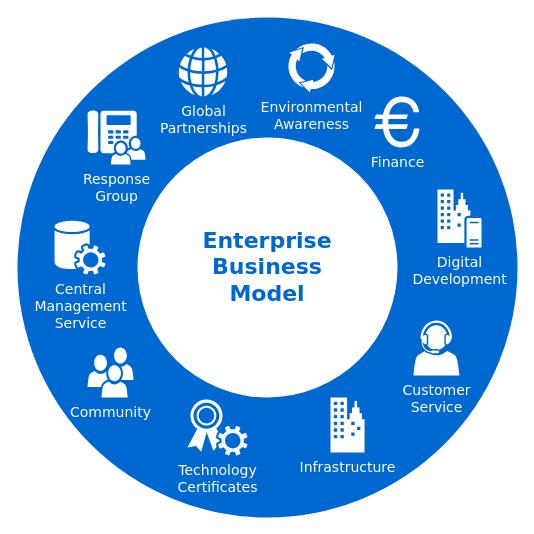
This is Untitled Diagram.drawio from teslagateway/teslanft, a draw.io file, before an edit. Source tidied: cells renumbered, new cells numbered last; positions are measured from the earlier drawing's top-left corner, leaving out a move shared by most shapes. Both pictures are drawn from the tidied source at 100%, with x=0, y=0 at pixel (17, 17). Pictures stored in the file or linked from it are replaced by grey dashed boxes.
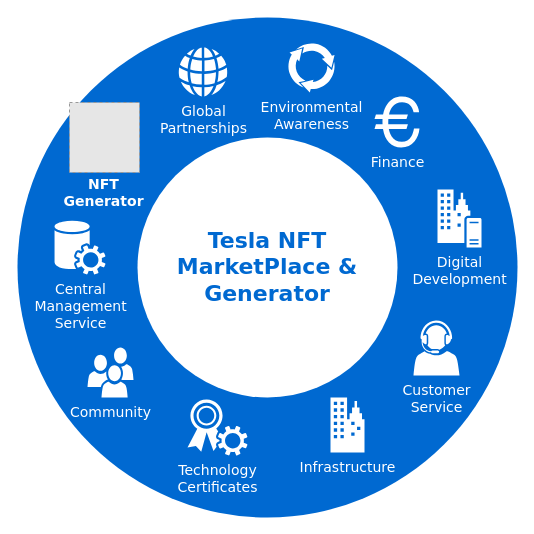
After the change.

What changed in the source:
```diff
@@
 <mxGraphModel>
   <root>
     <mxCell id="0" />
     <mxCell id="1" parent="0" />
     <mxCell id="2" style="ellipse;whiteSpace=wrap;html=1;rounded=0;shadow=0;comic=0;strokeWidth=1;fontFamily=Verdana;fontSize=14;strokeColor=none;fillColor=#0069D1;" parent="1" vertex="1">
       <mxGeometry width="500" height="500" as="geometry" />
     </mxCell>
-    <mxCell id="3" value="Enterprise&lt;div&gt;Business&lt;/div&gt;&lt;div&gt;Model&lt;/div&gt;" style="ellipse;whiteSpace=wrap;html=1;rounded=0;shadow=0;comic=0;strokeWidth=1;fontFamily=Verdana;fontSize=22;strokeColor=none;fillColor=#ffffff;fontColor=#0069D1;fontStyle=1;" parent="1" vertex="1">
+    <mxCell id="3" value="Tesla NFT MarketPlace &amp;amp; Generator" style="ellipse;whiteSpace=wrap;html=1;rounded=0;shadow=0;comic=0;strokeWidth=1;fontFamily=Verdana;fontSize=22;strokeColor=none;fillColor=#ffffff;fontColor=#0069D1;fontStyle=1;" parent="1" vertex="1">
       <mxGeometry x="120" y="120" width="260" height="260" as="geometry" />
     </mxCell>
     <mxCell id="4" value="Community" style="shadow=0;dashed=0;html=1;strokeColor=none;fillColor=#ffffff;labelPosition=center;verticalLabelPosition=bottom;verticalAlign=top;shape=mxgraph.office.users.users;rounded=0;comic=0;fontFamily=Verdana;fontSize=14;fontColor=#FFFFFF;" parent="1" vertex="1">
       <mxGeometry x="70" y="330" width="46" height="50" as="geometry" />
     </mxCell>
     <mxCell id="5" value="Customer&lt;div&gt;Service&lt;/div&gt;" style="shadow=0;dashed=0;html=1;strokeColor=none;fillColor=#ffffff;labelPosition=center;verticalLabelPosition=bottom;verticalAlign=top;shape=mxgraph.office.users.call_center_agent;rounded=0;comic=0;fontFamily=Verdana;fontSize=14;fontColor=#FFFFFF;" parent="1" vertex="1">
       <mxGeometry x="396" y="303" width="46" height="55" as="geometry" />
     </mxCell>
-    <mxCell id="6" value="Response&lt;div&gt;Group&lt;/div&gt;" style="shadow=0;dashed=0;html=1;strokeColor=none;fillColor=#ffffff;labelPosition=center;verticalLabelPosition=bottom;verticalAlign=top;shape=mxgraph.office.users.response_group;rounded=0;comic=0;fontFamily=Verdana;fontSize=14;fontColor=#FFFFFF;" parent="1" vertex="1">
-      <mxGeometry x="70" y="93" width="58" height="54" as="geometry" />
-    </mxCell>
     <mxCell id="7" value="Central&lt;div&gt;Management&lt;/div&gt;&lt;div&gt;Service&lt;/div&gt;" style="shadow=0;dashed=0;html=1;strokeColor=none;fillColor=#ffffff;labelPosition=center;verticalLabelPosition=bottom;verticalAlign=top;shape=mxgraph.office.services.central_management_service;rounded=0;comic=0;fontFamily=Verdana;fontSize=14;fontColor=#FFFFFF;" parent="1" vertex="1">
       <mxGeometry x="37" y="203" width="51" height="54" as="geometry" />
     </mxCell>
     <mxCell id="8" value="Digital&lt;div&gt;Development&lt;/div&gt;" style="shadow=0;dashed=0;html=1;strokeColor=none;fillColor=#ffffff;labelPosition=center;verticalLabelPosition=bottom;verticalAlign=top;shape=mxgraph.office.servers.on_premises_server;rounded=0;comic=0;fontFamily=Verdana;fontSize=14;fontColor=#FFFFFF;" parent="1" vertex="1">
       <mxGeometry x="420" y="172" width="44" height="58" as="geometry" />
     </mxCell>
     <mxCell id="9" value="Technology&lt;div&gt;Certificates&lt;/div&gt;" style="shadow=0;dashed=0;html=1;strokeColor=none;fillColor=#ffffff;labelPosition=center;verticalLabelPosition=bottom;verticalAlign=top;shape=mxgraph.office.security.token_service;rounded=0;comic=0;fontFamily=Verdana;fontSize=14;fontColor=#FFFFFF;" parent="1" vertex="1">
       <mxGeometry x="170" y="382" width="60" height="56" as="geometry" />
     </mxCell>
     <mxCell id="10" value="Infrastructure" style="shadow=0;dashed=0;html=1;strokeColor=none;fillColor=#ffffff;labelPosition=center;verticalLabelPosition=bottom;verticalAlign=top;shape=mxgraph.office.concepts.on_premises;rounded=0;comic=0;fontFamily=Verdana;fontSize=14;fontColor=#FFFFFF;" parent="1" vertex="1">
       <mxGeometry x="313" y="380" width="34" height="55" as="geometry" />
     </mxCell>
     <mxCell id="11" value="Global&lt;div&gt;Partnerships&lt;/div&gt;" style="shadow=0;dashed=0;html=1;strokeColor=none;fillColor=#ffffff;labelPosition=center;verticalLabelPosition=bottom;verticalAlign=top;shape=mxgraph.office.concepts.globe_internet;rounded=0;comic=0;fontFamily=Verdana;fontSize=14;fontColor=#FFFFFF;" parent="1" vertex="1">
       <mxGeometry x="161" y="30" width="49" height="49" as="geometry" />
     </mxCell>
     <mxCell id="12" value="Environmental&lt;div&gt;Awareness&lt;/div&gt;" style="shadow=0;dashed=0;html=1;strokeColor=none;shape=mxgraph.mscae.general.continuous_cycle;fillColor=#ffffff;rounded=0;comic=0;fontFamily=Verdana;fontSize=14;fontColor=#FFFFFF;verticalAlign=top;labelPosition=center;verticalLabelPosition=bottom;align=center;" parent="1" vertex="1">
       <mxGeometry x="270" y="25" width="48" height="50" as="geometry" />
     </mxCell>
     <mxCell id="13" value="Finance" style="shape=mxgraph.signs.travel.euro;html=1;fillColor=#ffffff;strokeColor=none;verticalLabelPosition=bottom;verticalAlign=top;align=center;rounded=0;shadow=0;dashed=0;comic=0;fontFamily=Verdana;fontSize=14;fontColor=#FFFFFF;" parent="1" vertex="1">
       <mxGeometry x="357" y="79" width="45" height="51" as="geometry" />
     </mxCell>
+    <mxCell id="14" style="fillColor=#E6E6E6;strokeColor=#999999;dashed=1;verticalLabelPosition=bottom;verticalAlign=top;" parent="1" vertex="1">
+      <mxGeometry x="52" y="85" width="70" height="70" as="geometry" />
+    </mxCell>
+    <mxCell id="15" value="&lt;h3&gt;&lt;font color=&quot;#ffffff&quot; face=&quot;Verdana&quot;&gt;NFT &lt;br&gt;Generator&lt;/font&gt;&lt;/h3&gt;" style="text;html=1;align=center;verticalAlign=middle;fillColor=none;strokeColor=none;rounded=0;" parent="1" vertex="1">
+      <mxGeometry x="41" y="145" width="90" height="60" as="geometry" />
+    </mxCell>
   </root>
 </mxGraphModel>
```
